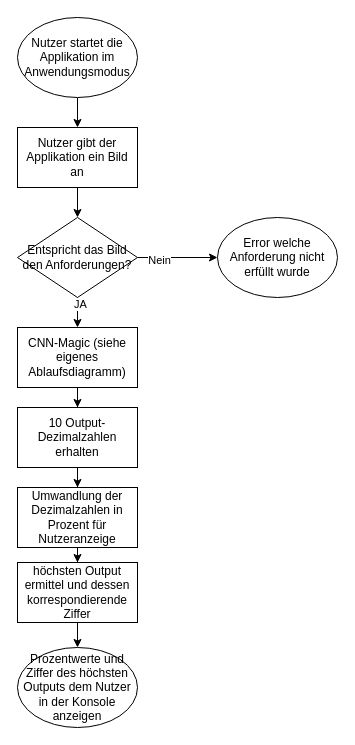
Above: Arbeitsabschnitte&Grundlagen/Analyse/Diagramme/Ablaufdiagramm Interpretation.drawio in MrS-E/CKi (draw.io), before the change. Source tidied: cells renumbered, new cells numbered last; positions are measured from the earlier drawing's top-left corner, leaving out a move shared by most shapes. Both pictures are drawn from the tidied source at 100%, with x=0, y=0 at pixel (17, 17).
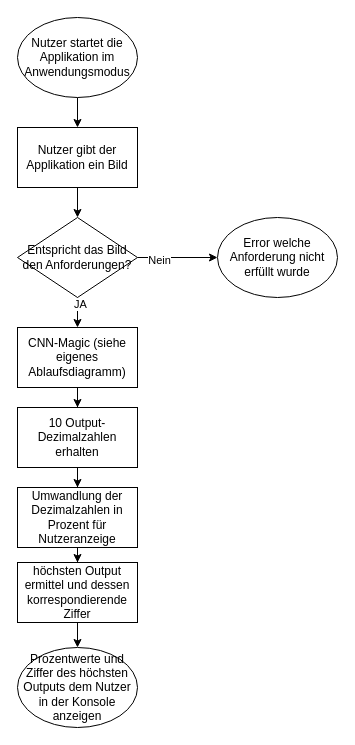
The same diagram, later.

Change to the diagram source:
```diff
@@
-    <mxCell id="5" value="&lt;div&gt;Nutzer gibt der Applikation ein Bild an&lt;/div&gt;" style="whiteSpace=wrap;html=1;" parent="1" vertex="1">
+    <mxCell id="5" value="&lt;div&gt;Nutzer gibt der Applikation ein Bild&lt;br&gt;&lt;/div&gt;" style="whiteSpace=wrap;html=1;" parent="1" vertex="1">
       <mxGeometry y="110" width="120" height="60" as="geometry" />
     </mxCell>
```
